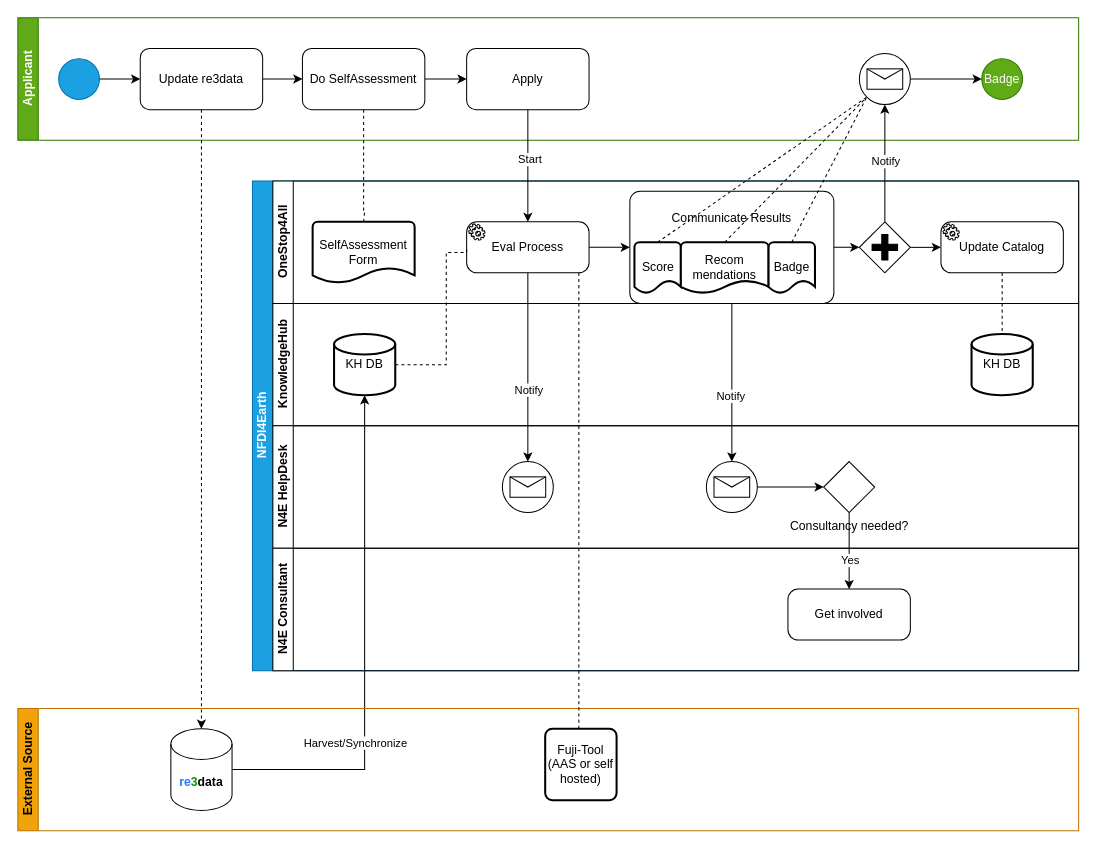
geyslein/NFDI4Earth-Label keeps this draw.io diagram as Application_Workflow_Abstract.drawio. Above is the earlier version. Source tidied: cells renumbered, new cells numbered last; positions are measured from the earlier drawing's top-left corner, leaving out a move shared by most shapes. Both pictures are drawn from the tidied source at 102%, with x=0, y=0 at pixel (17, 17).
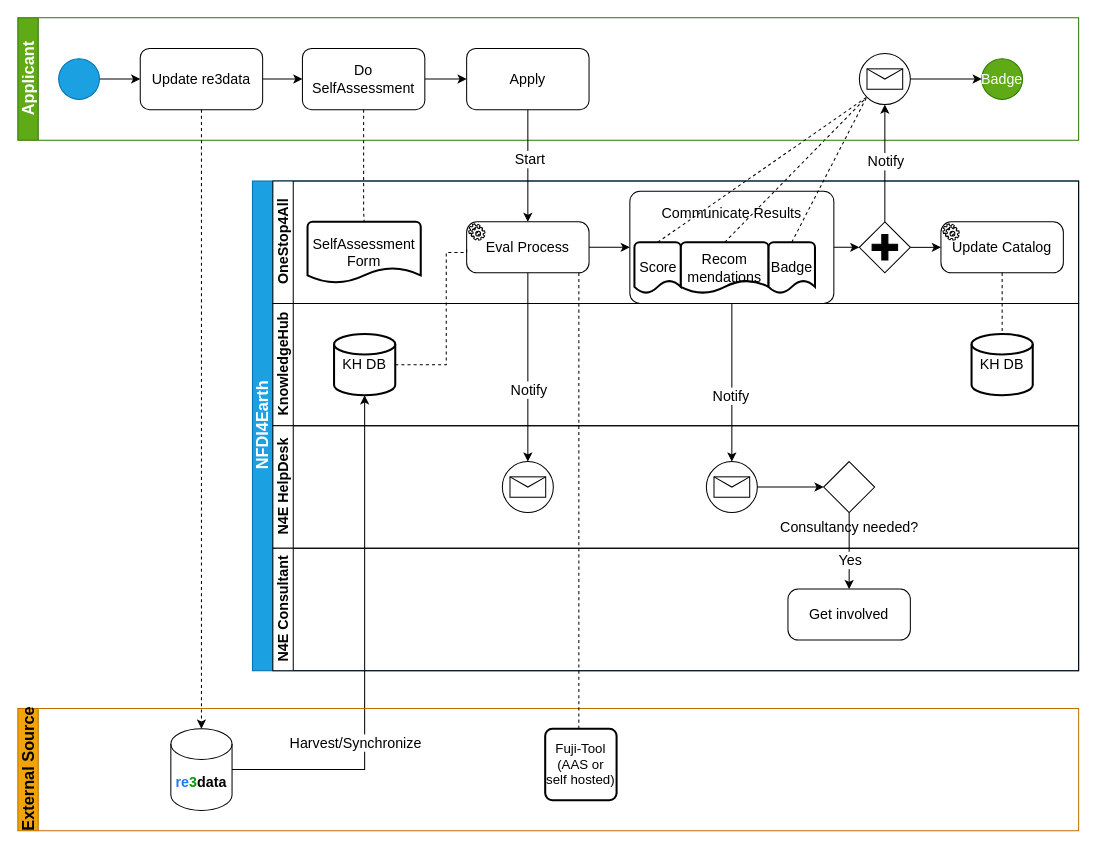
Above is the later version.

Commit message:
Beschriftungen vergrößert (12 auf 14/16pt)

Unchanged cells that the change refers to:
```xml
<mxCell id="26" style="edgeStyle=orthogonalEdgeStyle;rounded=0;jettySize=auto;html=1;exitX=0.5;exitY=1;exitDx=0;exitDy=0;exitPerimeter=0;entryX=0.5;entryY=0;entryDx=0;entryDy=0;entryPerimeter=0;" parent="2" edge="1" source="5" target="20">
  <mxGeometry relative="1" as="geometry" />
</mxCell>
<mxCell id="29" style="edgeStyle=orthogonalEdgeStyle;rounded=0;jettySize=auto;html=1;exitX=0.5;exitY=1;exitDx=0;exitDy=0;exitPerimeter=0;" parent="2" edge="1" source="6" target="21">
  <mxGeometry relative="1" as="geometry" />
</mxCell>
<mxCell id="32" style="edgeStyle=orthogonalEdgeStyle;rounded=0;jettySize=auto;html=1;exitX=0.5;exitY=1;exitDx=0;exitDy=0;exitPerimeter=0;entryX=0.5;entryY=0;entryDx=0;entryDy=0;entryPerimeter=0;" parent="2" edge="1" source="22" target="25">
  <mxGeometry relative="1" as="geometry" />
</mxCell>
<mxCell id="45" style="edgeStyle=orthogonalEdgeStyle;rounded=0;jettySize=auto;html=1;entryX=1;entryY=0.5;entryDx=0;entryDy=0;entryPerimeter=0;startArrow=classic;startFill=1;endArrow=none;endFill=0;" parent="1" edge="1" source="17" target="48">
  <mxGeometry relative="1" as="geometry">
    <Array as="points">
      <mxPoint x="340" y="737" />
    </Array>
  </mxGeometry>
</mxCell>
<mxCell id="50" style="edgeStyle=orthogonalEdgeStyle;rounded=0;jettySize=auto;html=1;entryX=0.5;entryY=0;entryDx=0;entryDy=0;entryPerimeter=0;" parent="1" edge="1" source="42" target="5">
  <mxGeometry relative="1" as="geometry" />
</mxCell>
<mxCell id="54" style="edgeStyle=orthogonalEdgeStyle;rounded=0;jettySize=auto;html=1;entryX=0.5;entryY=1;entryDx=0;entryDy=0;exitX=0.5;exitY=0;exitDx=0;exitDy=0;exitPerimeter=0;entryPerimeter=0;" parent="1" edge="1" source="12" target="56">
  <mxGeometry relative="1" as="geometry" />
</mxCell>
```

What changed in the source:
```diff
@@
-    <mxCell id="2" value="NFDI4Earth" style="swimlane;html=1;horizontal=0;startSize=20;fillColor=#1ba1e2;fontColor=#ffffff;strokeColor=#006EAF;" parent="1" vertex="1">
+    <mxCell id="2" value="NFDI4Earth" style="swimlane;html=1;horizontal=0;startSize=20;fillColor=#1ba1e2;fontColor=#ffffff;strokeColor=#006EAF;fontSize=16;" parent="1" vertex="1">
       <mxGeometry x="230" y="160" width="810" height="480" as="geometry" />
     </mxCell>
-    <mxCell id="3" value="OneStop4All" style="swimlane;html=1;startSize=20;horizontal=0;" parent="2" vertex="1">
+    <mxCell id="3" value="OneStop4All" style="swimlane;html=1;startSize=20;horizontal=0;fontSize=14;" parent="2" vertex="1">
       <mxGeometry x="20" width="790" height="120" as="geometry" />
     </mxCell>
-    <mxCell id="4" value="SelfAssessment Form" style="strokeWidth=2;html=1;shape=mxgraph.flowchart.document2;whiteSpace=wrap;size=0.25;" parent="3" vertex="1">
-      <mxGeometry x="39" y="40" width="100" height="60" as="geometry" />
+    <mxCell id="4" value="SelfAssessment Form" style="strokeWidth=2;html=1;shape=mxgraph.flowchart.document2;whiteSpace=wrap;size=0.25;fontSize=14;" parent="3" vertex="1">
+      <mxGeometry x="34" y="40" width="111" height="60" as="geometry" />
     </mxCell>
-    <mxCell id="5" value="Eval Process" style="points=[[0.25,0,0],[0.5,0,0],[0.75,0,0],[1,0.25,0],[1,0.5,0],[1,0.75,0],[0.75,1,0],[0.5,1,0],[0.25,1,0],[0,0.75,0],[0,0.5,0],[0,0.25,0]];shape=mxgraph.bpmn.task;whiteSpace=wrap;rectStyle=rounded;size=10;html=1;taskMarker=service;" parent="3" vertex="1">
+    <mxCell id="5" value="Eval Process" style="points=[[0.25,0,0],[0.5,0,0],[0.75,0,0],[1,0.25,0],[1,0.5,0],[1,0.75,0],[0.75,1,0],[0.5,1,0],[0.25,1,0],[0,0.75,0],[0,0.5,0],[0,0.25,0]];shape=mxgraph.bpmn.task;whiteSpace=wrap;rectStyle=rounded;size=10;html=1;taskMarker=service;fontSize=14;" parent="3" vertex="1">
       <mxGeometry x="190" y="40" width="120" height="50" as="geometry" />
     </mxCell>
-    <mxCell id="6" value="&lt;div&gt;Communicate Results&lt;/div&gt;&lt;div&gt;&lt;br&gt;&lt;/div&gt;&lt;div&gt;&lt;br&gt;&lt;/div&gt;&lt;div&gt;&lt;br&gt;&lt;/div&gt;&lt;div&gt;&lt;br&gt;&lt;/div&gt;" style="points=[[0.25,0,0],[0.5,0,0],[0.75,0,0],[1,0.25,0],[1,0.5,0],[1,0.75,0],[0.75,1,0],[0.5,1,0],[0.25,1,0],[0,0.75,0],[0,0.5,0],[0,0.25,0]];shape=mxgraph.bpmn.task;whiteSpace=wrap;rectStyle=rounded;size=10;html=1;taskMarker=abstract;" parent="3" vertex="1">
+    <mxCell id="6" value="&lt;div style=&quot;font-size: 14px;&quot;&gt;Communicate Results&lt;/div&gt;&lt;div style=&quot;font-size: 14px;&quot;&gt;&lt;br style=&quot;font-size: 14px;&quot;&gt;&lt;/div&gt;&lt;div style=&quot;font-size: 14px;&quot;&gt;&lt;br style=&quot;font-size: 14px;&quot;&gt;&lt;/div&gt;&lt;div style=&quot;font-size: 14px;&quot;&gt;&lt;br style=&quot;font-size: 14px;&quot;&gt;&lt;/div&gt;&lt;div style=&quot;font-size: 14px;&quot;&gt;&lt;br style=&quot;font-size: 14px;&quot;&gt;&lt;/div&gt;" style="points=[[0.25,0,0],[0.5,0,0],[0.75,0,0],[1,0.25,0],[1,0.5,0],[1,0.75,0],[0.75,1,0],[0.5,1,0],[0.25,1,0],[0,0.75,0],[0,0.5,0],[0,0.25,0]];shape=mxgraph.bpmn.task;whiteSpace=wrap;rectStyle=rounded;size=10;html=1;taskMarker=abstract;fontSize=14;" parent="3" vertex="1">
       <mxGeometry x="350" y="10" width="200" height="110" as="geometry" />
     </mxCell>
-    <mxCell id="7" value="Score" style="strokeWidth=2;html=1;shape=mxgraph.flowchart.document2;whiteSpace=wrap;size=0.25;" parent="6" vertex="1">
+    <mxCell id="7" value="Score" style="strokeWidth=2;html=1;shape=mxgraph.flowchart.document2;whiteSpace=wrap;size=0.25;fontSize=14;" parent="6" vertex="1">
       <mxGeometry x="4.5" y="50" width="45.5" height="50" as="geometry" />
     </mxCell>
@@
-    <mxCell id="9" value="&lt;div&gt;Recom&lt;/div&gt;&lt;div&gt;mendations&lt;/div&gt;" style="strokeWidth=2;html=1;shape=mxgraph.flowchart.document2;whiteSpace=wrap;size=0.25;" parent="6" vertex="1">
+    <mxCell id="9" value="&lt;div style=&quot;font-size: 14px;&quot;&gt;Recom&lt;/div&gt;&lt;div style=&quot;font-size: 14px;&quot;&gt;mendations&lt;/div&gt;" style="strokeWidth=2;html=1;shape=mxgraph.flowchart.document2;whiteSpace=wrap;size=0.25;fontSize=14;" parent="6" vertex="1">
       <mxGeometry x="50" y="50" width="86" height="50" as="geometry" />
     </mxCell>
-    <mxCell id="10" value="Badge" style="strokeWidth=2;html=1;shape=mxgraph.flowchart.document2;whiteSpace=wrap;size=0.25;" parent="6" vertex="1">
+    <mxCell id="10" value="Badge" style="strokeWidth=2;html=1;shape=mxgraph.flowchart.document2;whiteSpace=wrap;size=0.25;fontSize=14;" parent="6" vertex="1">
       <mxGeometry x="136" y="50" width="45.5" height="50" as="geometry" />
     </mxCell>
@@
-    <mxCell id="14" value="Update Catalog" style="points=[[0.25,0,0],[0.5,0,0],[0.75,0,0],[1,0.25,0],[1,0.5,0],[1,0.75,0],[0.75,1,0],[0.5,1,0],[0.25,1,0],[0,0.75,0],[0,0.5,0],[0,0.25,0]];shape=mxgraph.bpmn.task;whiteSpace=wrap;rectStyle=rounded;size=10;html=1;taskMarker=service;" parent="3" vertex="1">
+    <mxCell id="14" value="Update Catalog" style="points=[[0.25,0,0],[0.5,0,0],[0.75,0,0],[1,0.25,0],[1,0.5,0],[1,0.75,0],[0.75,1,0],[0.5,1,0],[0.25,1,0],[0,0.75,0],[0,0.5,0],[0,0.25,0]];shape=mxgraph.bpmn.task;whiteSpace=wrap;rectStyle=rounded;size=10;html=1;taskMarker=service;fontSize=14;" parent="3" vertex="1">
       <mxGeometry x="655" y="40" width="120" height="50" as="geometry" />
     </mxCell>
@@
-    <mxCell id="16" value="KnowledgeHub" style="swimlane;html=1;startSize=20;horizontal=0;" parent="2" vertex="1">
+    <mxCell id="16" value="KnowledgeHub" style="swimlane;html=1;startSize=20;horizontal=0;fontSize=14;" parent="2" vertex="1">
       <mxGeometry x="20" y="120" width="790" height="120" as="geometry" />
     </mxCell>
-    <mxCell id="17" value="KH DB" style="strokeWidth=2;html=1;shape=mxgraph.flowchart.database;whiteSpace=wrap;" parent="16" vertex="1">
+    <mxCell id="17" value="KH DB" style="strokeWidth=2;html=1;shape=mxgraph.flowchart.database;whiteSpace=wrap;fontSize=14;" parent="16" vertex="1">
       <mxGeometry x="60" y="30" width="60" height="60" as="geometry" />
     </mxCell>
-    <mxCell id="18" value="KH DB" style="strokeWidth=2;html=1;shape=mxgraph.flowchart.database;whiteSpace=wrap;" parent="16" vertex="1">
+    <mxCell id="18" value="KH DB" style="strokeWidth=2;html=1;shape=mxgraph.flowchart.database;whiteSpace=wrap;fontSize=14;" parent="16" vertex="1">
       <mxGeometry x="685" y="30" width="60" height="60" as="geometry" />
     </mxCell>
-    <mxCell id="19" value="N4E HelpDesk" style="swimlane;html=1;startSize=20;horizontal=0;" parent="2" vertex="1">
+    <mxCell id="19" value="N4E HelpDesk" style="swimlane;html=1;startSize=20;horizontal=0;fontSize=14;" parent="2" vertex="1">
       <mxGeometry x="20" y="240" width="790" height="120" as="geometry" />
     </mxCell>
@@
-    <mxCell id="22" value="Consultancy needed?" style="points=[[0.25,0.25,0],[0.5,0,0],[0.75,0.25,0],[1,0.5,0],[0.75,0.75,0],[0.5,1,0],[0.25,0.75,0],[0,0.5,0]];shape=mxgraph.bpmn.gateway2;html=1;verticalLabelPosition=bottom;labelBackgroundColor=#ffffff;verticalAlign=top;align=center;perimeter=rhombusPerimeter;outlineConnect=0;outline=none;symbol=none;" parent="19" vertex="1">
+    <mxCell id="22" value="Consultancy needed?" style="points=[[0.25,0.25,0],[0.5,0,0],[0.75,0.25,0],[1,0.5,0],[0.75,0.75,0],[0.5,1,0],[0.25,0.75,0],[0,0.5,0]];shape=mxgraph.bpmn.gateway2;html=1;verticalLabelPosition=bottom;labelBackgroundColor=#ffffff;verticalAlign=top;align=center;perimeter=rhombusPerimeter;outlineConnect=0;outline=none;symbol=none;fontSize=14;" parent="19" vertex="1">
       <mxGeometry x="540" y="35" width="50" height="50" as="geometry" />
     </mxCell>
@@
-    <mxCell id="24" value="N4E Consultant" style="swimlane;html=1;startSize=20;horizontal=0;" parent="2" vertex="1">
+    <mxCell id="24" value="N4E Consultant" style="swimlane;html=1;startSize=20;horizontal=0;fontSize=14;" parent="2" vertex="1">
       <mxGeometry x="20" y="360" width="790" height="120" as="geometry" />
     </mxCell>
-    <mxCell id="25" value="Get involved" style="points=[[0.25,0,0],[0.5,0,0],[0.75,0,0],[1,0.25,0],[1,0.5,0],[1,0.75,0],[0.75,1,0],[0.5,1,0],[0.25,1,0],[0,0.75,0],[0,0.5,0],[0,0.25,0]];shape=mxgraph.bpmn.task;whiteSpace=wrap;rectStyle=rounded;size=10;html=1;taskMarker=abstract;" parent="24" vertex="1">
+    <mxCell id="25" value="Get involved" style="points=[[0.25,0,0],[0.5,0,0],[0.75,0,0],[1,0.25,0],[1,0.5,0],[1,0.75,0],[0.75,1,0],[0.5,1,0],[0.25,1,0],[0,0.75,0],[0,0.5,0],[0,0.25,0]];shape=mxgraph.bpmn.task;whiteSpace=wrap;rectStyle=rounded;size=10;html=1;taskMarker=abstract;fontSize=14;" parent="24" vertex="1">
       <mxGeometry x="505" y="40" width="120" height="50" as="geometry" />
     </mxCell>
@@
-    <mxCell id="27" value="Notify" style="edgeLabel;html=1;align=center;verticalAlign=middle;" parent="26" vertex="1">
+    <mxCell id="27" value="Notify" style="edgeLabel;html=1;align=center;verticalAlign=middle;fontSize=14;" parent="26" vertex="1">
       <mxGeometry x="0.23" relative="1" as="geometry" />
     </mxCell>
@@
-    <mxCell id="30" value="Notify" style="edgeLabel;html=1;align=center;verticalAlign=middle;" parent="29" vertex="1">
+    <mxCell id="30" value="Notify" style="edgeLabel;html=1;align=center;verticalAlign=middle;fontSize=14;" parent="29" vertex="1">
       <mxGeometry x="0.16" y="-2" relative="1" as="geometry" />
     </mxCell>
@@
-    <mxCell id="33" value="Yes" style="edgeLabel;html=1;align=center;verticalAlign=middle;" parent="32" vertex="1">
+    <mxCell id="33" value="Yes" style="edgeLabel;html=1;align=center;verticalAlign=middle;fontSize=14;" parent="32" vertex="1">
       <mxGeometry x="0.23" relative="1" as="geometry" />
     </mxCell>
-    <mxCell id="34" value="Applicant" style="swimlane;html=1;startSize=20;horizontal=0;fillColor=#60a917;fontColor=#ffffff;strokeColor=#2D7600;" parent="1" vertex="1">
+    <mxCell id="34" value="Applicant" style="swimlane;html=1;startSize=20;horizontal=0;fillColor=#60a917;fontColor=#ffffff;strokeColor=#2D7600;fontSize=16;" parent="1" vertex="1">
       <mxGeometry width="1040" height="120" as="geometry" />
     </mxCell>
@@
-    <mxCell id="37" value="Badge" style="ellipse;whiteSpace=wrap;html=1;fillColor=#60a917;fontColor=#ffffff;strokeColor=#2D7600;" parent="34" vertex="1">
+    <mxCell id="37" value="Badge" style="ellipse;whiteSpace=wrap;html=1;fillColor=#60a917;fontColor=#ffffff;strokeColor=#2D7600;fontSize=14;" parent="34" vertex="1">
       <mxGeometry x="945" y="40" width="40" height="40" as="geometry" />
     </mxCell>
@@
-    <mxCell id="39" value="Update re3data" style="rounded=1;whiteSpace=wrap;html=1;" parent="34" vertex="1">
+    <mxCell id="39" value="Update re3data" style="rounded=1;whiteSpace=wrap;html=1;fontSize=14;" parent="34" vertex="1">
       <mxGeometry x="120" y="30" width="120" height="60" as="geometry" />
     </mxCell>
@@
-    <mxCell id="41" value="Do SelfAssessment" style="rounded=1;whiteSpace=wrap;html=1;" parent="34" vertex="1">
+    <mxCell id="41" value="Do SelfAssessment" style="rounded=1;whiteSpace=wrap;html=1;fontSize=14;" parent="34" vertex="1">
       <mxGeometry x="279" y="30" width="120" height="60" as="geometry" />
     </mxCell>
-    <mxCell id="42" value="Apply" style="rounded=1;whiteSpace=wrap;html=1;" parent="34" vertex="1">
+    <mxCell id="42" value="Apply" style="rounded=1;whiteSpace=wrap;html=1;fontSize=14;" parent="34" vertex="1">
       <mxGeometry x="440" y="30" width="120" height="60" as="geometry" />
     </mxCell>
@@
-    <mxCell id="46" value="Harvest/Synchronize" style="edgeLabel;html=1;align=center;verticalAlign=middle;" parent="45" vertex="1">
+    <mxCell id="46" value="Harvest/Synchronize" style="edgeLabel;html=1;align=center;verticalAlign=middle;fontSize=14;" parent="45" vertex="1">
       <mxGeometry x="-0.51" y="-1" relative="1" as="geometry">
         <mxPoint x="-9" y="218" as="offset" />
       </mxGeometry>
     </mxCell>
-    <mxCell id="47" value="External Source" style="swimlane;html=1;startSize=20;horizontal=0;fillColor=#f0a30a;fontColor=#000000;strokeColor=#BD7000;" parent="1" vertex="1">
+    <mxCell id="47" value="External Source" style="swimlane;html=1;startSize=20;horizontal=0;fillColor=#f0a30a;fontColor=#000000;strokeColor=#BD7000;fontSize=16;" parent="1" vertex="1">
       <mxGeometry y="677" width="1040" height="120" as="geometry" />
     </mxCell>
-    <mxCell id="48" value="&lt;b&gt;&lt;font color=&quot;#1f78ff&quot;&gt;re&lt;/font&gt;&lt;font color=&quot;#009900&quot;&gt;3&lt;/font&gt;data&lt;/b&gt;" style="shape=cylinder3;whiteSpace=wrap;html=1;boundedLbl=1;backgroundOutline=1;size=15;gradientColor=#009900;fillColor=none;" parent="47" vertex="1">
+    <mxCell id="48" value="&lt;b style=&quot;font-size: 14px;&quot;&gt;&lt;font style=&quot;font-size: 14px;&quot; color=&quot;#1f78ff&quot;&gt;re&lt;/font&gt;&lt;font style=&quot;font-size: 14px;&quot; color=&quot;#009900&quot;&gt;3&lt;/font&gt;data&lt;/b&gt;" style="shape=cylinder3;whiteSpace=wrap;html=1;boundedLbl=1;backgroundOutline=1;size=15;gradientColor=#009900;fillColor=none;fontSize=14;" parent="47" vertex="1">
       <mxGeometry x="150" y="20" width="60" height="80" as="geometry" />
     </mxCell>
-    <mxCell id="49" value="&lt;div&gt;Fuji-Tool&lt;/div&gt;&lt;div&gt;(AAS or self hosted)&lt;br&gt;&lt;/div&gt;" style="rounded=1;whiteSpace=wrap;html=1;absoluteArcSize=1;arcSize=14;strokeWidth=2;" parent="47" vertex="1">
+    <mxCell id="49" value="&lt;div style=&quot;font-size: 13px;&quot;&gt;Fuji-Tool&lt;/div&gt;&lt;div style=&quot;font-size: 13px;&quot;&gt;(AAS or self hosted)&lt;br style=&quot;font-size: 13px;&quot;&gt;&lt;/div&gt;" style="rounded=1;whiteSpace=wrap;html=1;absoluteArcSize=1;arcSize=14;strokeWidth=2;fontSize=13;" parent="47" vertex="1">
       <mxGeometry x="517" y="20" width="70" height="70" as="geometry" />
     </mxCell>
@@
-    <mxCell id="51" value="Start" style="edgeLabel;html=1;align=center;verticalAlign=middle;" parent="50" vertex="1">
+    <mxCell id="51" value="Start" style="edgeLabel;html=1;align=center;verticalAlign=middle;fontSize=14;" parent="50" vertex="1">
       <mxGeometry x="-0.13" y="1" relative="1" as="geometry" />
     </mxCell>
@@
-    <mxCell id="55" value="Notify" style="edgeLabel;html=1;align=center;verticalAlign=middle;" parent="54" vertex="1">
+    <mxCell id="55" value="Notify" style="edgeLabel;html=1;align=center;verticalAlign=middle;fontSize=14;" parent="54" vertex="1">
       <mxGeometry x="-0.17" y="-2" relative="1" as="geometry">
         <mxPoint x="-2" y="-12" as="offset" />
       </mxGeometry>
     </mxCell>
```
